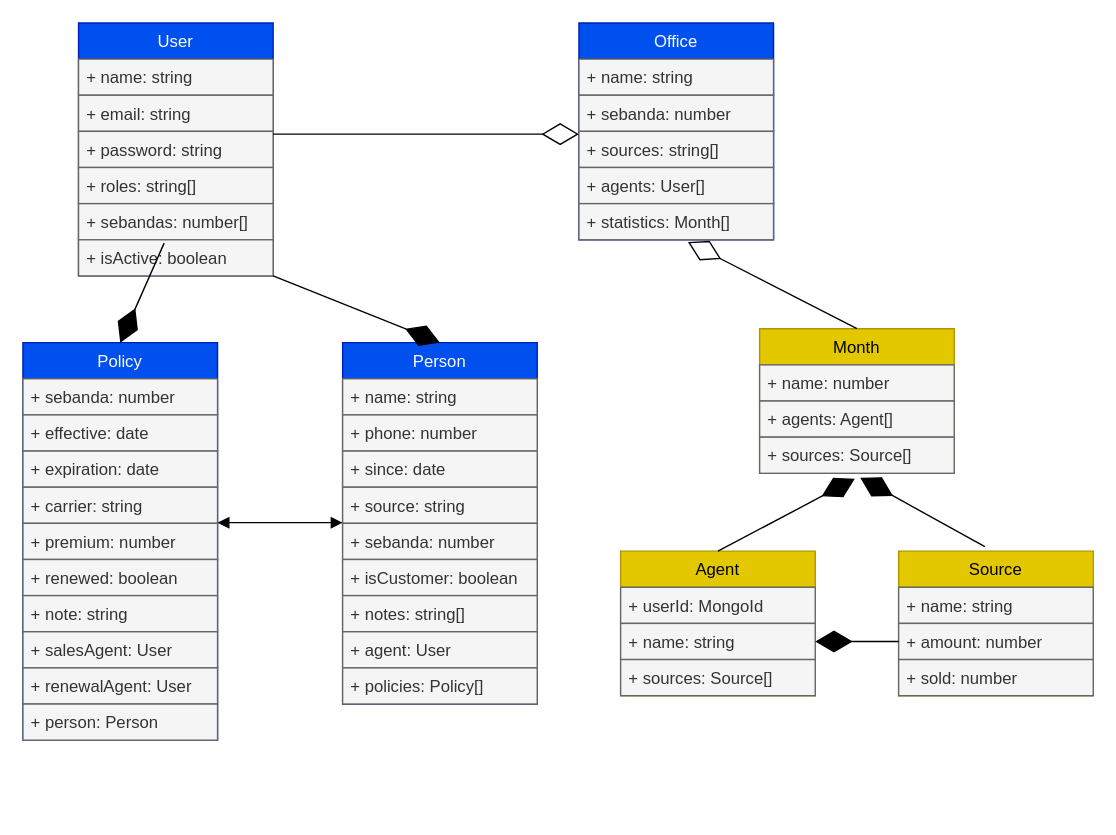
Earlier version of the draw.io diagram diagram.drawio (arianlb/Yields). Source tidied: cells renumbered, new cells numbered last; positions are measured from the earlier drawing's top-left corner, leaving out a move shared by most shapes. Both pictures are drawn from the tidied source at 139%, with x=0, y=0 at pixel (22, 22).
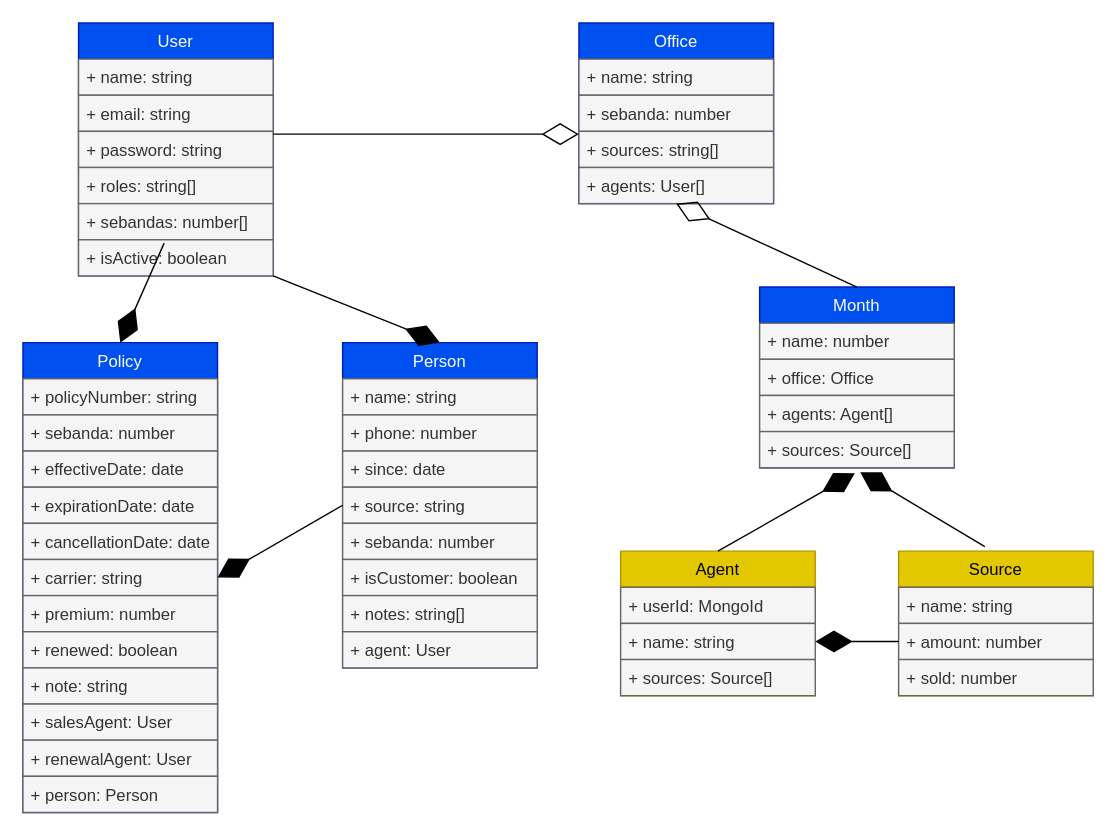
After the change.

The change refers to these unchanged cells:
```xml
<mxCell id="13" value="+ source: string" style="text;strokeColor=#666666;fillColor=#f5f5f5;align=left;verticalAlign=top;spacingLeft=4;spacingRight=4;overflow=hidden;points=[[0,0.5],[1,0.5]];portConstraint=eastwest;fontColor=#333333;" parent="9" vertex="1">
  <mxGeometry y="104" width="140" height="26" as="geometry" />
</mxCell>
```

Change to the diagram source:
```diff
@@
     <mxCell id="9" value="Person" style="swimlane;fontStyle=0;horizontal=1;startSize=26;fillColor=#0050ef;fontColor=#ffffff;strokeColor=#001DBC;" parent="1" vertex="1">
-      <mxGeometry x="230" y="230" width="140" height="260" as="geometry" />
+      <mxGeometry x="230" y="230" width="140" height="234" as="geometry" />
     </mxCell>
@@
-    <mxCell id="18" value="+ policies: Policy[]" style="text;strokeColor=#666666;fillColor=#f5f5f5;align=left;verticalAlign=top;spacingLeft=4;spacingRight=4;overflow=hidden;fontColor=#333333;" parent="9" vertex="1">
-      <mxGeometry y="234" width="140" height="26" as="geometry" />
-    </mxCell>
     <mxCell id="19" value="Policy" style="swimlane;fontStyle=0;horizontal=1;startSize=26;fillColor=#0050ef;fontColor=#ffffff;strokeColor=#001DBC;" parent="1" vertex="1">
-      <mxGeometry y="230" width="140" height="286" as="geometry" />
+      <mxGeometry y="230" width="140" height="338" as="geometry" />
     </mxCell>
-    <mxCell id="20" value="+ sebanda: number" style="text;strokeColor=#666666;fillColor=#f5f5f5;align=left;verticalAlign=top;spacingLeft=4;spacingRight=4;overflow=hidden;fontColor=#333333;" parent="19" vertex="1">
+    <mxCell id="20" value="+ policyNumber: string" style="text;strokeColor=#666666;fillColor=#f5f5f5;align=left;verticalAlign=top;spacingLeft=4;spacingRight=4;overflow=hidden;fontColor=#333333;" parent="19" vertex="1">
       <mxGeometry y="26" width="140" height="26" as="geometry" />
     </mxCell>
+    <mxCell id="56" value="+ sebanda: number" style="text;strokeColor=#666666;fillColor=#f5f5f5;align=left;verticalAlign=top;spacingLeft=4;spacingRight=4;overflow=hidden;fontColor=#333333;" parent="19" vertex="1">
+      <mxGeometry y="52" width="140" height="26" as="geometry" />
+    </mxCell>
-    <mxCell id="21" value="+ effective: date" style="text;strokeColor=#666666;fillColor=#f5f5f5;align=left;verticalAlign=top;spacingLeft=4;spacingRight=4;overflow=hidden;fontColor=#333333;" parent="19" vertex="1">
-      <mxGeometry y="52" width="140" height="26" as="geometry" />
+    <mxCell id="21" value="+ effectiveDate: date" style="text;strokeColor=#666666;fillColor=#f5f5f5;align=left;verticalAlign=top;spacingLeft=4;spacingRight=4;overflow=hidden;fontColor=#333333;" parent="19" vertex="1">
+      <mxGeometry y="78" width="140" height="26" as="geometry" />
     </mxCell>
-    <mxCell id="22" value="+ expiration: date" style="text;strokeColor=#666666;fillColor=#f5f5f5;align=left;verticalAlign=top;spacingLeft=4;spacingRight=4;overflow=hidden;fontColor=#333333;" parent="19" vertex="1">
-      <mxGeometry y="78" width="140" height="26" as="geometry" />
+    <mxCell id="22" value="+ expirationDate: date" style="text;strokeColor=#666666;fillColor=#f5f5f5;align=left;verticalAlign=top;spacingLeft=4;spacingRight=4;overflow=hidden;fontColor=#333333;" parent="19" vertex="1">
+      <mxGeometry y="104" width="140" height="26" as="geometry" />
     </mxCell>
+    <mxCell id="57" value="+ cancellationDate: date" style="text;strokeColor=#666666;fillColor=#f5f5f5;align=left;verticalAlign=top;spacingLeft=4;spacingRight=4;overflow=hidden;fontColor=#333333;" parent="19" vertex="1">
+      <mxGeometry y="130" width="140" height="26" as="geometry" />
+    </mxCell>
     <mxCell id="23" value="+ carrier: string" style="text;strokeColor=#666666;fillColor=#f5f5f5;align=left;verticalAlign=top;spacingLeft=4;spacingRight=4;overflow=hidden;points=[[0,0.5],[1,0.5]];portConstraint=eastwest;fontColor=#333333;" parent="19" vertex="1">
-      <mxGeometry y="104" width="140" height="26" as="geometry" />
+      <mxGeometry y="156" width="140" height="26" as="geometry" />
     </mxCell>
     <mxCell id="24" value="+ premium: number" style="text;strokeColor=#666666;fillColor=#f5f5f5;align=left;verticalAlign=top;spacingLeft=4;spacingRight=4;overflow=hidden;fontColor=#333333;" parent="19" vertex="1">
-      <mxGeometry y="130" width="140" height="26" as="geometry" />
+      <mxGeometry y="182" width="140" height="26" as="geometry" />
     </mxCell>
     <mxCell id="25" value="+ renewed: boolean" style="text;strokeColor=#666666;fillColor=#f5f5f5;align=left;verticalAlign=top;spacingLeft=4;spacingRight=4;overflow=hidden;fontColor=#333333;" parent="19" vertex="1">
-      <mxGeometry y="156" width="140" height="26" as="geometry" />
+      <mxGeometry y="208" width="140" height="26" as="geometry" />
     </mxCell>
     <mxCell id="26" value="+ note: string" style="text;strokeColor=#666666;fillColor=#f5f5f5;align=left;verticalAlign=top;spacingLeft=4;spacingRight=4;overflow=hidden;fontColor=#333333;" parent="19" vertex="1">
-      <mxGeometry y="182" width="140" height="26" as="geometry" />
+      <mxGeometry y="234" width="140" height="26" as="geometry" />
     </mxCell>
     <mxCell id="27" value="+ salesAgent: User" style="text;strokeColor=#666666;fillColor=#f5f5f5;align=left;verticalAlign=top;spacingLeft=4;spacingRight=4;overflow=hidden;fontColor=#333333;" parent="19" vertex="1">
-      <mxGeometry y="208" width="140" height="26" as="geometry" />
+      <mxGeometry y="260" width="140" height="26" as="geometry" />
     </mxCell>
     <mxCell id="28" value="+ renewalAgent: User" style="text;strokeColor=#666666;fillColor=#f5f5f5;align=left;verticalAlign=top;spacingLeft=4;spacingRight=4;overflow=hidden;fontColor=#333333;" parent="19" vertex="1">
-      <mxGeometry y="234" width="140" height="26" as="geometry" />
+      <mxGeometry y="286" width="140" height="26" as="geometry" />
     </mxCell>
     <mxCell id="29" value="+ person: Person" style="text;strokeColor=#666666;fillColor=#f5f5f5;align=left;verticalAlign=top;spacingLeft=4;spacingRight=4;overflow=hidden;fontColor=#333333;" parent="19" vertex="1">
-      <mxGeometry y="260" width="140" height="26" as="geometry" />
+      <mxGeometry y="312" width="140" height="26" as="geometry" />
     </mxCell>
     <mxCell id="30" value="Office" style="swimlane;fontStyle=0;horizontal=1;startSize=26;fillColor=#0050ef;fontColor=#ffffff;strokeColor=#001DBC;" parent="1" vertex="1">
-      <mxGeometry x="400" width="140" height="156" as="geometry" />
+      <mxGeometry x="400" width="140" height="130" as="geometry" />
     </mxCell>
@@
-    <mxCell id="35" value="+ statistics: Month[]" style="text;strokeColor=#666666;fillColor=#f5f5f5;align=left;verticalAlign=top;spacingLeft=4;spacingRight=4;overflow=hidden;points=[[0,0.5],[1,0.5]];portConstraint=eastwest;fontColor=#333333;" parent="30" vertex="1">
-      <mxGeometry y="130" width="140" height="26" as="geometry" />
-    </mxCell>
-    <mxCell id="36" value="Month" style="swimlane;fontStyle=0;horizontal=1;startSize=26;fillColor=#e3c800;fontColor=#000000;strokeColor=#B09500;" parent="1" vertex="1">
-      <mxGeometry x="530" y="220" width="140" height="104" as="geometry" />
+    <mxCell id="36" value="Month" style="swimlane;fontStyle=0;horizontal=1;startSize=26;fillColor=#0050ef;fontColor=#ffffff;strokeColor=#001DBC;" parent="1" vertex="1">
+      <mxGeometry x="530" y="190" width="140" height="130" as="geometry" />
     </mxCell>
@@
+    <mxCell id="58" value="+ office: Office" style="text;strokeColor=#666666;fillColor=#f5f5f5;align=left;verticalAlign=top;spacingLeft=4;spacingRight=4;overflow=hidden;fontColor=#333333;" parent="36" vertex="1">
+      <mxGeometry y="52" width="140" height="26" as="geometry" />
+    </mxCell>
     <mxCell id="38" value="+ agents: Agent[]" style="text;strokeColor=#666666;fillColor=#f5f5f5;align=left;verticalAlign=top;spacingLeft=4;spacingRight=4;overflow=hidden;fontColor=#333333;" parent="36" vertex="1">
-      <mxGeometry y="52" width="140" height="26" as="geometry" />
+      <mxGeometry y="78" width="140" height="26" as="geometry" />
     </mxCell>
     <mxCell id="39" value="+ sources: Source[]" style="text;strokeColor=#666666;fillColor=#f5f5f5;align=left;verticalAlign=top;spacingLeft=4;spacingRight=4;overflow=hidden;points=[[0,0.5],[1,0.5]];portConstraint=eastwest;fontColor=#333333;" parent="36" vertex="1">
-      <mxGeometry y="78" width="140" height="26" as="geometry" />
+      <mxGeometry y="104" width="140" height="26" as="geometry" />
     </mxCell>
@@
-    <mxCell id="49" style="endArrow=block;startArrow=block;endFill=1;startFill=1;html=1;" parent="1" edge="1">
-      <mxGeometry relative="1" as="geometry">
-        <mxPoint x="140" y="359.5" as="sourcePoint" />
-        <mxPoint x="230" y="359.5" as="targetPoint" />
-      </mxGeometry>
-    </mxCell>
@@
-    <mxCell id="53" style="endArrow=diamondThin;endFill=0;endSize=24;html=1;entryX=0.56;entryY=1.062;entryDx=0;entryDy=0;entryPerimeter=0;exitX=0.5;exitY=0;exitDx=0;exitDy=0;" parent="1" edge="1" source="36" target="35">
+    <mxCell id="53" style="endArrow=diamondThin;endFill=0;endSize=24;html=1;entryX=0.5;entryY=1;entryDx=0;entryDy=0;exitX=0.5;exitY=0;exitDx=0;exitDy=0;" parent="1" edge="1" source="36" target="30">
       <mxGeometry relative="1" as="geometry" />
     </mxCell>
@@
+    <mxCell id="59" style="endArrow=diamondThin;endFill=1;endSize=24;html=1;exitX=0;exitY=0.5;exitDx=0;exitDy=0;entryX=1;entryY=0.5;entryDx=0;entryDy=0;" parent="1" edge="1" source="13" target="23">
+      <mxGeometry relative="1" as="geometry" />
+    </mxCell>
```
